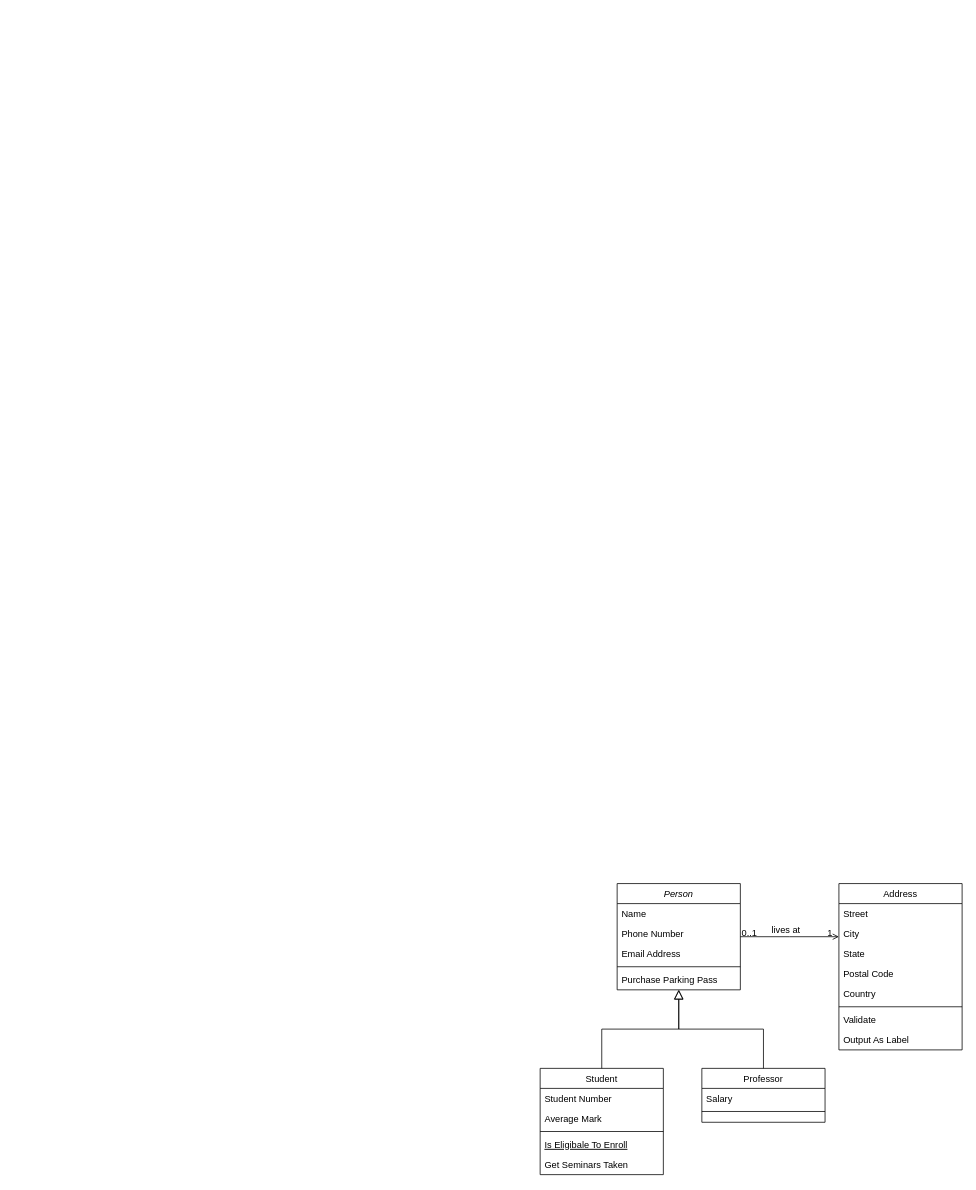
Above: NSURLSession.drawio in Kanthine/FlowChart (draw.io), before the change. Source tidied: cells renumbered, new cells numbered last; positions are measured from the earlier drawing's top-left corner, leaving out a move shared by most shapes. Both pictures are drawn from the tidied source at 77%, with x=0, y=0 at pixel (540, 883).
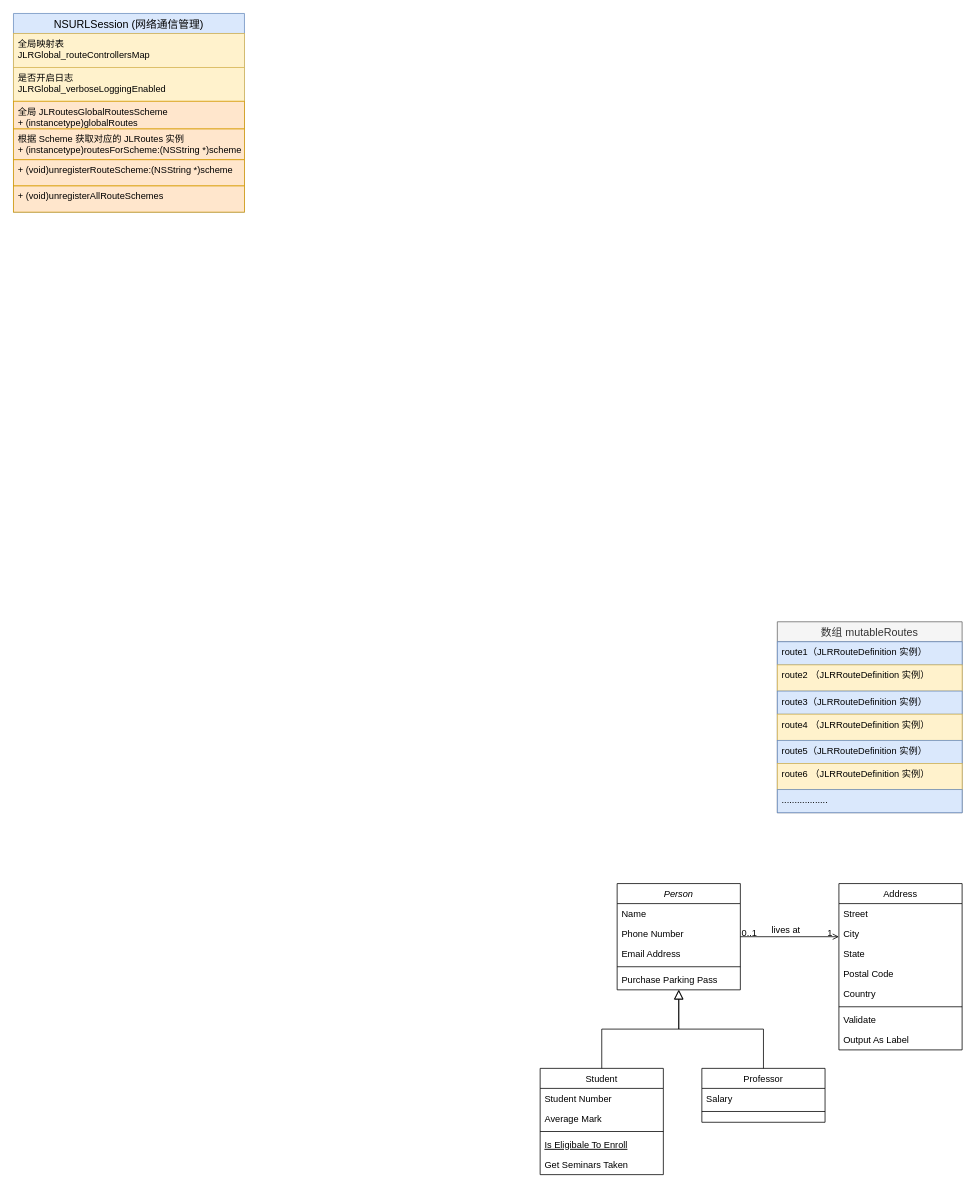
The same page after the edit.

Change to the diagram source:
```diff
@@
+    <mxCell id="32" value="NSURLSession (网络通信管理)" style="swimlane;fontStyle=0;horizontal=1;startSize=26;align=center;fontSize=14;strokeColor=#6c8ebf;fillColor=#dae8fc;" parent="1" vertex="1">
+      <mxGeometry x="-684" y="-1130" width="300" height="258" as="geometry" />
+    </mxCell>
+    <mxCell id="33" value="全局映射表&#10;JLRGlobal_routeControllersMap" style="text;strokeColor=#d6b656;fillColor=#fff2cc;spacingLeft=4;spacingRight=4;overflow=hidden;fontSize=12;" parent="32" vertex="1">
+      <mxGeometry y="26" width="300" height="44" as="geometry" />
+    </mxCell>
+    <mxCell id="34" value="是否开启日志&#10;JLRGlobal_verboseLoggingEnabled" style="text;strokeColor=#d6b656;fillColor=#fff2cc;spacingLeft=4;spacingRight=4;overflow=hidden;fontSize=12;" parent="32" vertex="1">
+      <mxGeometry y="70" width="300" height="44" as="geometry" />
+    </mxCell>
+    <mxCell id="35" value="全局 JLRoutesGlobalRoutesScheme&#10;+ (instancetype)globalRoutes" style="text;strokeColor=#d79b00;fillColor=#ffe6cc;spacingLeft=4;spacingRight=4;overflow=hidden;fontSize=12;" parent="32" vertex="1">
+      <mxGeometry y="114" width="300" height="36" as="geometry" />
+    </mxCell>
+    <mxCell id="36" value="根据 Scheme 获取对应的 JLRoutes 实例&#10;+ (instancetype)routesForScheme:(NSString *)scheme" style="text;strokeColor=#d79b00;fillColor=#ffe6cc;spacingLeft=4;spacingRight=4;overflow=hidden;fontSize=12;" parent="32" vertex="1">
+      <mxGeometry y="150" width="300" height="40" as="geometry" />
+    </mxCell>
+    <mxCell id="37" value="+ (void)unregisterRouteScheme:(NSString *)scheme" style="text;strokeColor=#d79b00;fillColor=#ffe6cc;spacingLeft=4;spacingRight=4;overflow=hidden;fontSize=12;" parent="32" vertex="1">
+      <mxGeometry y="190" width="300" height="34" as="geometry" />
+    </mxCell>
+    <mxCell id="38" value="+ (void)unregisterAllRouteSchemes" style="text;strokeColor=#d79b00;fillColor=#ffe6cc;spacingLeft=4;spacingRight=4;overflow=hidden;fontSize=12;" parent="32" vertex="1">
+      <mxGeometry y="224" width="300" height="34" as="geometry" />
+    </mxCell>
+    <mxCell id="39" value="数组 mutableRoutes" style="swimlane;fontStyle=0;horizontal=1;startSize=26;align=center;fontSize=14;strokeColor=#666666;fillColor=#f5f5f5;fontColor=#333333;" parent="1" vertex="1">
+      <mxGeometry x="308" y="-340" width="240" height="248" as="geometry" />
+    </mxCell>
+    <mxCell id="40" value="route1（JLRRouteDefinition 实例）" style="text;strokeColor=#6c8ebf;fillColor=#dae8fc;spacingLeft=4;spacingRight=4;overflow=hidden;fontSize=12;" parent="39" vertex="1">
+      <mxGeometry y="26" width="240" height="30" as="geometry" />
+    </mxCell>
+    <mxCell id="41" value="route2 （JLRRouteDefinition 实例）" style="text;strokeColor=#d6b656;fillColor=#fff2cc;spacingLeft=4;spacingRight=4;overflow=hidden;fontSize=12;" parent="39" vertex="1">
+      <mxGeometry y="56" width="240" height="34" as="geometry" />
+    </mxCell>
+    <mxCell id="42" value="route3（JLRRouteDefinition 实例）" style="text;strokeColor=#6c8ebf;fillColor=#dae8fc;spacingLeft=4;spacingRight=4;overflow=hidden;fontSize=12;" parent="39" vertex="1">
+      <mxGeometry y="90" width="240" height="30" as="geometry" />
+    </mxCell>
+    <mxCell id="43" value="route4 （JLRRouteDefinition 实例）" style="text;strokeColor=#d6b656;fillColor=#fff2cc;spacingLeft=4;spacingRight=4;overflow=hidden;fontSize=12;" parent="39" vertex="1">
+      <mxGeometry y="120" width="240" height="34" as="geometry" />
+    </mxCell>
+    <mxCell id="44" value="route5（JLRRouteDefinition 实例）" style="text;strokeColor=#6c8ebf;fillColor=#dae8fc;spacingLeft=4;spacingRight=4;overflow=hidden;fontSize=12;" parent="39" vertex="1">
+      <mxGeometry y="154" width="240" height="30" as="geometry" />
+    </mxCell>
+    <mxCell id="45" value="route6 （JLRRouteDefinition 实例）" style="text;strokeColor=#d6b656;fillColor=#fff2cc;spacingLeft=4;spacingRight=4;overflow=hidden;fontSize=12;" parent="39" vertex="1">
+      <mxGeometry y="184" width="240" height="34" as="geometry" />
+    </mxCell>
+    <mxCell id="46" value=".................." style="text;strokeColor=#6c8ebf;fillColor=#dae8fc;spacingLeft=4;spacingRight=4;overflow=hidden;fontSize=12;" parent="39" vertex="1">
+      <mxGeometry y="218" width="240" height="30" as="geometry" />
+    </mxCell>
```
